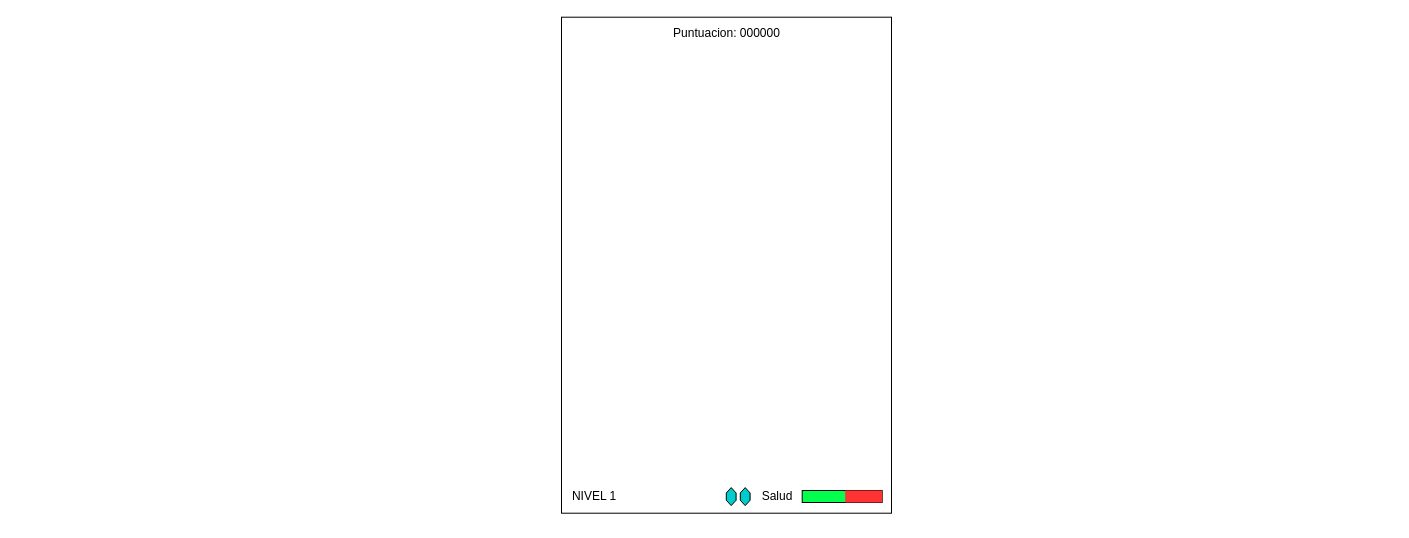
josebailon/space_attack keeps this draw.io diagram as documentos/mockups.drawio. Above is the earlier version. Source tidied: cells renumbered, new cells numbered last; positions are measured from the earlier drawing's top-left corner, leaving out a move shared by most shapes. Both pictures are drawn from the tidied source at 100%, with x=0, y=0 at pixel (478, 21).
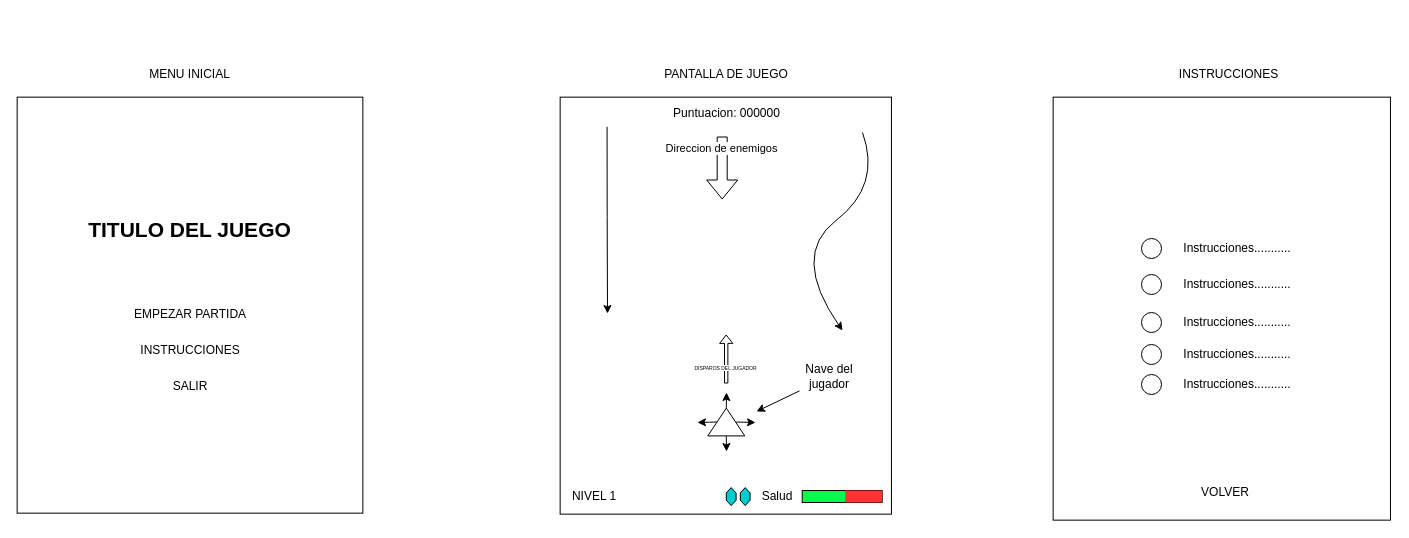
After the change.

Change to the diagram source:
```diff
@@
     <mxCell id="2" style="rounded=0;whiteSpace=wrap;html=1;imageWidth=24;imageHeight=24;rotation=90;" parent="1" vertex="1">
-      <mxGeometry y="78.7" width="496" height="330" as="geometry" />
+      <mxGeometry x="38.8" y="118.5" width="417" height="331.3" as="geometry" />
     </mxCell>
@@
     <mxCell id="6" value="Puntuacion: 000000" style="text;html=1;strokeColor=none;fillColor=none;align=center;verticalAlign=middle;whiteSpace=wrap;rounded=0;" parent="1" vertex="1">
-      <mxGeometry x="83.5" width="329" height="24" as="geometry" />
+      <mxGeometry x="83.5" y="80" width="329" height="24" as="geometry" />
     </mxCell>
@@
+    <mxCell id="10" style="triangle;whiteSpace=wrap;html=1;rotation=-90;" parent="1" vertex="1">
+      <mxGeometry x="233.9" y="382" width="27.8" height="37" as="geometry" />
+    </mxCell>
+    <mxCell id="11" style="rounded=0;jettySize=auto;html=1;" parent="1" edge="1" source="12">
+      <mxGeometry relative="1" as="geometry">
+        <mxPoint x="278" y="390" as="targetPoint" />
+      </mxGeometry>
+    </mxCell>
+    <mxCell id="12" value="Nave del jugador" style="text;html=1;strokeColor=none;fillColor=none;align=center;verticalAlign=middle;whiteSpace=wrap;rounded=0;" parent="1" vertex="1">
+      <mxGeometry x="321" y="340" width="60" height="30" as="geometry" />
+    </mxCell>
+    <mxCell id="13" style="shape=flexArrow;endArrow=classic;html=1;rounded=0;" parent="1" edge="1">
+      <mxGeometry relative="1" as="geometry">
+        <mxPoint x="243.7" y="115" as="sourcePoint" />
+        <mxPoint x="243.7" y="178" as="targetPoint" />
+      </mxGeometry>
+    </mxCell>
+    <mxCell id="14" value="Direccion de enemigos" style="edgeLabel;html=1;align=center;verticalAlign=middle;" parent="13" vertex="1">
+      <mxGeometry x="-0.64" y="-1" relative="1" as="geometry" />
+    </mxCell>
+    <mxCell id="15" style="rounded=0;whiteSpace=wrap;html=1;imageWidth=24;imageHeight=24;rotation=90;" parent="1" vertex="1">
+      <mxGeometry x="-496.5" y="110.8" width="416" height="345.7" as="geometry" />
+    </mxCell>
+    <mxCell id="16" value="MENU INICIAL" style="text;html=1;strokeColor=none;fillColor=none;align=center;verticalAlign=middle;whiteSpace=wrap;rounded=0;" parent="1" vertex="1">
+      <mxGeometry x="-336" y="38" width="95" height="30" as="geometry" />
+    </mxCell>
+    <mxCell id="17" value="PANTALLA DE JUEGO" style="text;html=1;strokeColor=none;fillColor=none;align=center;verticalAlign=middle;whiteSpace=wrap;rounded=0;" parent="1" vertex="1">
+      <mxGeometry x="179.8" y="38" width="136" height="30" as="geometry" />
+    </mxCell>
+    <mxCell id="18" value="TITULO DEL JUEGO" style="text;html=1;strokeColor=none;fillColor=none;align=center;verticalAlign=middle;whiteSpace=wrap;rounded=0;fontSize=21;fontStyle=1;" parent="1" vertex="1">
+      <mxGeometry x="-397" y="158.7" width="217" height="98.3" as="geometry" />
+    </mxCell>
+    <mxCell id="19" value="EMPEZAR PARTIDA" style="text;html=1;strokeColor=none;fillColor=none;align=center;verticalAlign=middle;whiteSpace=wrap;rounded=0;" parent="1" vertex="1">
+      <mxGeometry x="-352.2" y="278" width="127.5" height="30" as="geometry" />
+    </mxCell>
+    <mxCell id="20" value="INSTRUCCIONES" style="text;html=1;strokeColor=none;fillColor=none;align=center;verticalAlign=middle;whiteSpace=wrap;rounded=0;" parent="1" vertex="1">
+      <mxGeometry x="-352.2" y="314" width="127.5" height="30" as="geometry" />
+    </mxCell>
+    <mxCell id="21" value="SALIR" style="text;html=1;strokeColor=none;fillColor=none;align=center;verticalAlign=middle;whiteSpace=wrap;rounded=0;" parent="1" vertex="1">
+      <mxGeometry x="-352.2" y="350" width="127.5" height="30" as="geometry" />
+    </mxCell>
+    <mxCell id="22" style="shape=flexArrow;endArrow=classic;html=1;rounded=0;fontSize=21;width=3.333333333333333;endSize=2.466666666666667;endWidth=8.796296296296296;" parent="1" edge="1">
+      <mxGeometry relative="1" as="geometry">
+        <mxPoint x="247.7" y="362" as="sourcePoint" />
+        <mxPoint x="247.7" y="313" as="targetPoint" />
+      </mxGeometry>
+    </mxCell>
+    <mxCell id="23" value="DISPAROS DEL JUGADOR" style="edgeLabel;html=1;align=center;verticalAlign=middle;fontSize=5;" parent="22" vertex="1">
+      <mxGeometry x="-0.31" y="1" relative="1" as="geometry" />
+    </mxCell>
+    <mxCell id="24" style="curved=1;endArrow=classic;html=1;rounded=0;fontSize=5;" parent="1" edge="1">
+      <mxGeometry relative="1" as="geometry">
+        <mxPoint x="384" y="111" as="sourcePoint" />
+        <mxPoint x="364" y="309" as="targetPoint" />
+        <Array as="points">
+          <mxPoint x="403" y="164" />
+          <mxPoint x="312" y="234" />
+        </Array>
+      </mxGeometry>
+    </mxCell>
+    <mxCell id="25" style="endArrow=classic;html=1;rounded=0;fontSize=5;exitX=0.137;exitY=1.056;exitDx=0;exitDy=0;exitPerimeter=0;edgeStyle=orthogonalEdgeStyle;curved=1;" parent="1" edge="1" source="6">
+      <mxGeometry relative="1" as="geometry">
+        <mxPoint x="129" y="292" as="targetPoint" />
+        <Array as="points">
+          <mxPoint x="129" y="195" />
+          <mxPoint x="129" y="195" />
+        </Array>
+      </mxGeometry>
+    </mxCell>
+    <mxCell id="26" style="rounded=0;whiteSpace=wrap;html=1;imageWidth=24;imageHeight=24;rotation=90;" parent="1" vertex="1">
+      <mxGeometry x="531.8" y="118.5" width="423" height="337.3" as="geometry" />
+    </mxCell>
+    <mxCell id="27" value="INSTRUCCIONES" style="text;html=1;strokeColor=none;fillColor=none;align=center;verticalAlign=middle;whiteSpace=wrap;rounded=0;" parent="1" vertex="1">
+      <mxGeometry x="703" y="38" width="95" height="30" as="geometry" />
+    </mxCell>
+    <mxCell id="28" value="Instrucciones..........." style="text;html=1;strokeColor=none;fillColor=none;align=center;verticalAlign=middle;whiteSpace=wrap;rounded=0;" parent="1" vertex="1">
+      <mxGeometry x="695" y="212" width="127.5" height="30" as="geometry" />
+    </mxCell>
+    <mxCell id="29" value="VOLVER" style="text;html=1;strokeColor=none;fillColor=none;align=center;verticalAlign=middle;whiteSpace=wrap;rounded=0;" parent="1" vertex="1">
+      <mxGeometry x="683.2" y="456" width="127.5" height="30" as="geometry" />
+    </mxCell>
+    <mxCell id="30" style="ellipse;whiteSpace=wrap;html=1;fontSize=5;" parent="1" vertex="1">
+      <mxGeometry x="663" y="217" width="20" height="20" as="geometry" />
+    </mxCell>
+    <mxCell id="31" value="Instrucciones..........." style="text;html=1;strokeColor=none;fillColor=none;align=center;verticalAlign=middle;whiteSpace=wrap;rounded=0;" parent="1" vertex="1">
+      <mxGeometry x="695" y="248" width="127.5" height="30" as="geometry" />
+    </mxCell>
+    <mxCell id="32" style="ellipse;whiteSpace=wrap;html=1;fontSize=5;" parent="1" vertex="1">
+      <mxGeometry x="663" y="253" width="20" height="20" as="geometry" />
+    </mxCell>
+    <mxCell id="33" value="Instrucciones..........." style="text;html=1;strokeColor=none;fillColor=none;align=center;verticalAlign=middle;whiteSpace=wrap;rounded=0;" parent="1" vertex="1">
+      <mxGeometry x="695" y="286" width="127.5" height="30" as="geometry" />
+    </mxCell>
+    <mxCell id="34" style="ellipse;whiteSpace=wrap;html=1;fontSize=5;" parent="1" vertex="1">
+      <mxGeometry x="663" y="291" width="20" height="20" as="geometry" />
+    </mxCell>
+    <mxCell id="35" value="Instrucciones..........." style="text;html=1;strokeColor=none;fillColor=none;align=center;verticalAlign=middle;whiteSpace=wrap;rounded=0;" parent="1" vertex="1">
+      <mxGeometry x="695" y="318" width="127.5" height="30" as="geometry" />
+    </mxCell>
+    <mxCell id="36" style="ellipse;whiteSpace=wrap;html=1;fontSize=5;" parent="1" vertex="1">
+      <mxGeometry x="663" y="323" width="20" height="20" as="geometry" />
+    </mxCell>
+    <mxCell id="37" value="Instrucciones..........." style="text;html=1;strokeColor=none;fillColor=none;align=center;verticalAlign=middle;whiteSpace=wrap;rounded=0;" parent="1" vertex="1">
+      <mxGeometry x="695" y="348" width="127.5" height="30" as="geometry" />
+    </mxCell>
+    <mxCell id="38" style="ellipse;whiteSpace=wrap;html=1;fontSize=5;" parent="1" vertex="1">
+      <mxGeometry x="663" y="353" width="20" height="20" as="geometry" />
+    </mxCell>
+    <mxCell id="39" style="endArrow=classic;html=1;rounded=0;fontSize=5;curved=1;exitX=0.5;exitY=1;exitDx=0;exitDy=0;" parent="1" edge="1" source="10">
+      <mxGeometry relative="1" as="geometry">
+        <mxPoint x="277" y="401" as="targetPoint" />
+      </mxGeometry>
+    </mxCell>
+    <mxCell id="40" style="endArrow=classic;html=1;rounded=0;fontSize=5;curved=1;exitX=0.5;exitY=0;exitDx=0;exitDy=0;" parent="1" edge="1" source="10">
+      <mxGeometry relative="1" as="geometry">
+        <mxPoint x="219" y="401" as="targetPoint" />
+      </mxGeometry>
+    </mxCell>
+    <mxCell id="41" style="endArrow=classic;html=1;rounded=0;fontSize=5;curved=1;exitX=0;exitY=0.5;exitDx=0;exitDy=0;" parent="1" edge="1" source="10">
+      <mxGeometry relative="1" as="geometry">
+        <mxPoint x="248" y="430" as="targetPoint" />
+      </mxGeometry>
+    </mxCell>
+    <mxCell id="42" style="endArrow=classic;html=1;rounded=0;fontSize=5;curved=1;exitX=1;exitY=0.5;exitDx=0;exitDy=0;" parent="1" edge="1" source="10">
+      <mxGeometry relative="1" as="geometry">
+        <mxPoint x="248" y="371" as="targetPoint" />
+      </mxGeometry>
+    </mxCell>
```
